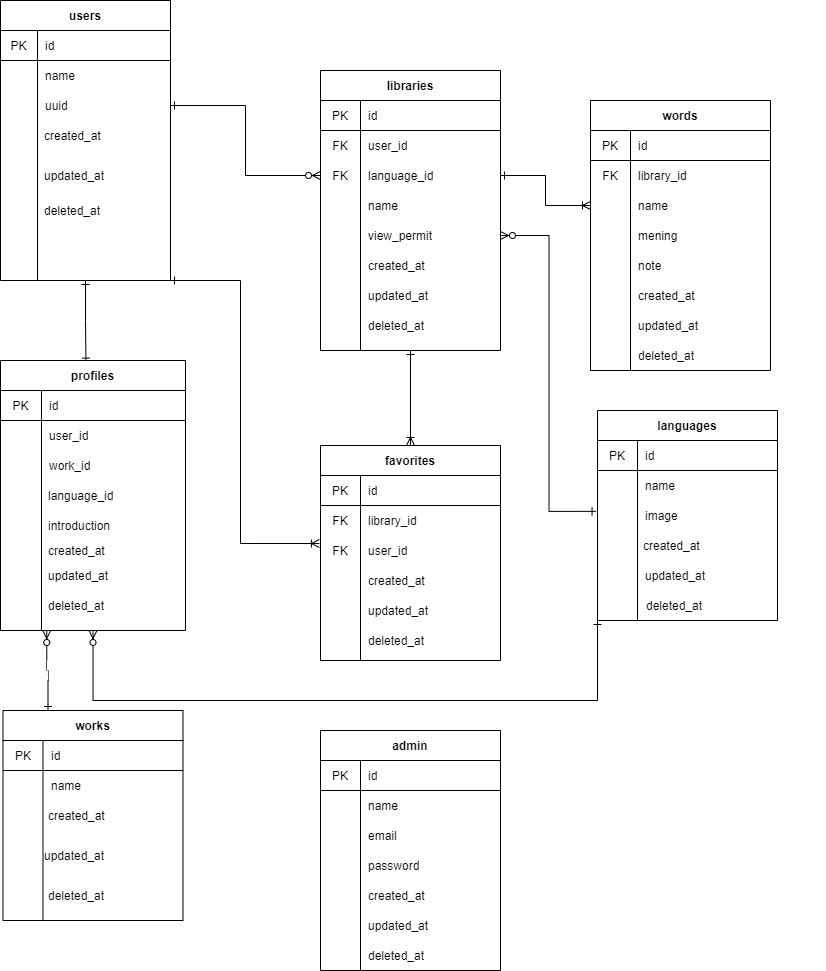
The draw.io diagram Database/Database.drawio.png in axxxhiratani/MyLibrary, before a commit. Source tidied: cells renumbered, new cells last; positions are measured from the earlier drawing's top-left corner, leaving out a move shared by most shapes.
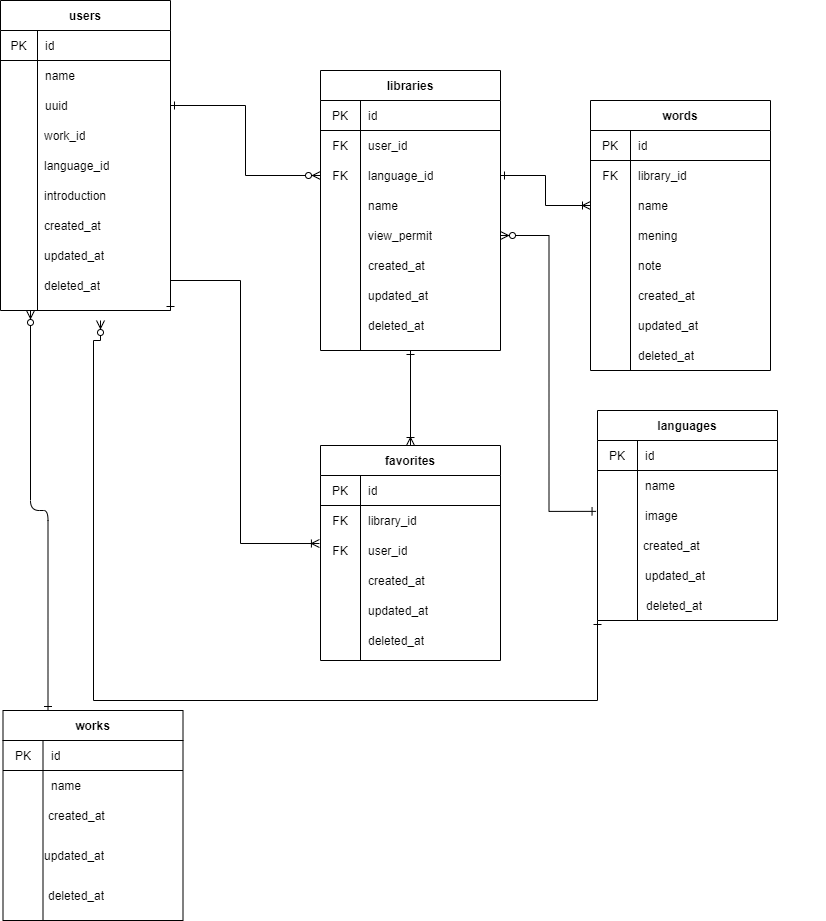
Later version of the same file.

What changed in the source:
```diff
@@ -2,9 +2,6 @@
   <root>
     <mxCell id="0" />
     <mxCell id="1" parent="0" />
-    <mxCell id="2" style="edgeStyle=orthogonalEdgeStyle;rounded=0;jettySize=auto;html=1;exitX=0.5;exitY=1;exitDx=0;exitDy=0;entryX=0.462;entryY=0.006;entryDx=0;entryDy=0;entryPerimeter=0;startArrow=ERone;startFill=0;endArrow=ERone;endFill=0;" parent="1" edge="1" source="4" target="16">
-      <mxGeometry relative="1" as="geometry" />
-    </mxCell>
     <mxCell id="3" style="edgeStyle=orthogonalEdgeStyle;rounded=0;jettySize=auto;html=1;exitX=1;exitY=1;exitDx=0;exitDy=0;entryX=-0.006;entryY=0.267;entryDx=0;entryDy=0;entryPerimeter=0;endArrow=ERoneToMany;endFill=0;startArrow=ERone;startFill=0;" parent="1" edge="1" source="4" target="53">
       <mxGeometry relative="1" as="geometry">
         <Array as="points">
@@ -14,7 +11,7 @@
       </mxGeometry>
     </mxCell>
     <mxCell id="4" value="users" style="shape=table;startSize=30;rowLines=0;fontStyle=1;align=center;" parent="1" vertex="1">
-      <mxGeometry width="170" height="280" as="geometry" />
+      <mxGeometry width="170" height="310" as="geometry" />
     </mxCell>
     <mxCell id="5" style="shape=partialRectangle;html=1;whiteSpace=wrap;fillColor=none;top=0;left=0;bottom=1;right=0;" parent="4" vertex="1">
       <mxGeometry y="30" width="170" height="30" as="geometry" />
@@ -43,53 +40,22 @@
     <mxCell id="13" value="uuid" style="shape=partialRectangle;html=1;whiteSpace=wrap;fillColor=none;top=0;left=0;bottom=0;right=0;align=left;spacingLeft=6;overflow=hidden;" parent="11" vertex="1">
       <mxGeometry x="37" width="133" height="30" as="geometry" />
     </mxCell>
-    <mxCell id="14" style="edgeStyle=orthogonalEdgeStyle;rounded=0;jettySize=auto;html=1;exitX=0.5;exitY=1;exitDx=0;exitDy=0;entryX=0;entryY=1;entryDx=0;entryDy=0;startArrow=ERzeroToMany;startFill=1;endArrow=ERone;endFill=0;" parent="1" edge="1" source="16" target="56">
+    <mxCell id="14" style="edgeStyle=orthogonalEdgeStyle;rounded=0;jettySize=auto;html=1;entryX=0;entryY=1;entryDx=0;entryDy=0;startArrow=ERzeroToMany;startFill=1;endArrow=ERone;endFill=0;" parent="1" edge="1" target="56">
       <mxGeometry relative="1" as="geometry">
+        <mxPoint x="100" y="320" as="sourcePoint" />
         <Array as="points">
+          <mxPoint x="100" y="340" />
+          <mxPoint x="93" y="340" />
           <mxPoint x="93" y="700" />
           <mxPoint x="597" y="700" />
         </Array>
       </mxGeometry>
     </mxCell>
-    <mxCell id="15" style="edgeStyle=orthogonalEdgeStyle;html=1;exitX=0.25;exitY=1;exitDx=0;exitDy=0;entryX=0.25;entryY=0;entryDx=0;entryDy=0;endArrow=ERone;endFill=0;startArrow=ERzeroToMany;startFill=1;" parent="1" edge="1" source="16" target="112">
-      <mxGeometry relative="1" as="geometry" />
+    <mxCell id="15" style="edgeStyle=orthogonalEdgeStyle;html=1;entryX=0.25;entryY=0;entryDx=0;entryDy=0;endArrow=ERone;endFill=0;startArrow=ERzeroToMany;startFill=1;" parent="1" edge="1" target="112">
+      <mxGeometry relative="1" as="geometry">
+        <mxPoint x="30" y="310" as="sourcePoint" />
+      </mxGeometry>
     </mxCell>
-    <mxCell id="16" value="profiles" style="shape=table;startSize=30;rowLines=0;fontStyle=1;align=center;" parent="1" vertex="1">
-      <mxGeometry y="360" width="185" height="270" as="geometry" />
-    </mxCell>
-    <mxCell id="17" style="shape=partialRectangle;html=1;whiteSpace=wrap;fillColor=none;top=0;left=0;bottom=1;right=0;" parent="16" vertex="1">
-      <mxGeometry y="30" width="185" height="30" as="geometry" />
-    </mxCell>
-    <mxCell id="18" value="PK" style="shape=partialRectangle;html=1;whiteSpace=wrap;fillColor=none;top=0;left=0;bottom=0;right=0;overflow=hidden;" parent="17" vertex="1">
-      <mxGeometry width="41" height="30" as="geometry" />
-    </mxCell>
-    <mxCell id="19" value="id" style="shape=partialRectangle;html=1;whiteSpace=wrap;fillColor=none;top=0;left=0;bottom=0;right=0;align=left;spacingLeft=6;overflow=hidden;" parent="17" vertex="1">
-      <mxGeometry x="41" width="144" height="30" as="geometry" />
-    </mxCell>
-    <mxCell id="20" style="shape=partialRectangle;html=1;whiteSpace=wrap;fillColor=none;top=0;left=0;bottom=0;right=0;" parent="16" vertex="1">
-      <mxGeometry y="60" width="185" height="30" as="geometry" />
-    </mxCell>
-    <mxCell id="21" style="shape=partialRectangle;html=1;whiteSpace=wrap;fillColor=none;top=0;left=0;bottom=0;right=0;overflow=hidden;" parent="20" vertex="1">
-      <mxGeometry width="41" height="30" as="geometry" />
-    </mxCell>
-    <mxCell id="22" value="user_id" style="shape=partialRectangle;html=1;whiteSpace=wrap;fillColor=none;top=0;left=0;bottom=0;right=0;align=left;spacingLeft=6;overflow=hidden;" parent="20" vertex="1">
-      <mxGeometry x="41" width="144" height="30" as="geometry" />
-    </mxCell>
-    <mxCell id="23" style="shape=partialRectangle;html=1;whiteSpace=wrap;fillColor=none;top=0;left=0;bottom=0;right=0;" parent="16" vertex="1">
-      <mxGeometry y="90" width="185" height="30" as="geometry" />
-    </mxCell>
-    <mxCell id="24" style="shape=partialRectangle;html=1;whiteSpace=wrap;fillColor=none;top=0;left=0;bottom=0;right=0;overflow=hidden;" parent="23" vertex="1">
-      <mxGeometry width="41" height="30" as="geometry" />
-    </mxCell>
-    <mxCell id="25" value="work_id" style="shape=partialRectangle;html=1;whiteSpace=wrap;fillColor=none;top=0;left=0;bottom=0;right=0;align=left;spacingLeft=6;overflow=hidden;" parent="23" vertex="1">
-      <mxGeometry x="41" width="144" height="30" as="geometry" />
-    </mxCell>
-    <mxCell id="26" value="language_id" style="shape=partialRectangle;html=1;whiteSpace=wrap;fillColor=none;top=0;left=0;bottom=0;right=0;align=left;spacingLeft=6;overflow=hidden;" parent="1" vertex="1">
-      <mxGeometry x="40" y="480" width="140" height="30" as="geometry" />
-    </mxCell>
-    <mxCell id="27" value="introduction" style="shape=partialRectangle;html=1;whiteSpace=wrap;fillColor=none;top=0;left=0;bottom=0;right=0;align=left;spacingLeft=6;overflow=hidden;" parent="1" vertex="1">
-      <mxGeometry x="40" y="510" width="140" height="30" as="geometry" />
-    </mxCell>
     <mxCell id="28" style="edgeStyle=orthogonalEdgeStyle;rounded=0;jettySize=auto;html=1;exitX=0.5;exitY=1;exitDx=0;exitDy=0;entryX=0.5;entryY=0;entryDx=0;entryDy=0;startArrow=ERone;startFill=0;endArrow=ERoneToMany;endFill=0;" parent="1" edge="1" source="29" target="46">
       <mxGeometry relative="1" as="geometry" />
     </mxCell>
@@ -243,51 +209,15 @@
     <mxCell id="78" style="edgeStyle=orthogonalEdgeStyle;rounded=0;jettySize=auto;html=1;exitX=1;exitY=0.5;exitDx=0;exitDy=0;entryX=0;entryY=0.5;entryDx=0;entryDy=0;startArrow=ERone;startFill=0;endArrow=ERoneToMany;endFill=0;" parent="1" edge="1" source="36" target="73">
       <mxGeometry relative="1" as="geometry" />
     </mxCell>
-    <mxCell id="79" value="admin" style="shape=table;startSize=30;rowLines=0;fontStyle=1;align=center;" parent="1" vertex="1">
-      <mxGeometry x="320" y="730" width="180" height="240" as="geometry" />
-    </mxCell>
-    <mxCell id="80" style="shape=partialRectangle;html=1;whiteSpace=wrap;fillColor=none;top=0;left=0;bottom=1;right=0;" parent="79" vertex="1">
-      <mxGeometry y="30" width="180" height="30" as="geometry" />
-    </mxCell>
-    <mxCell id="81" value="PK" style="shape=partialRectangle;html=1;whiteSpace=wrap;fillColor=none;top=0;left=0;bottom=0;right=0;overflow=hidden;" parent="80" vertex="1">
-      <mxGeometry width="40" height="30" as="geometry" />
-    </mxCell>
-    <mxCell id="82" value="id" style="shape=partialRectangle;html=1;whiteSpace=wrap;fillColor=none;top=0;left=0;bottom=0;right=0;align=left;spacingLeft=6;overflow=hidden;" parent="80" vertex="1">
-      <mxGeometry x="40" width="140" height="30" as="geometry" />
-    </mxCell>
-    <mxCell id="83" style="shape=partialRectangle;html=1;whiteSpace=wrap;fillColor=none;top=0;left=0;bottom=0;right=0;" parent="79" vertex="1">
-      <mxGeometry y="60" width="180" height="30" as="geometry" />
-    </mxCell>
-    <mxCell id="84" style="shape=partialRectangle;html=1;whiteSpace=wrap;fillColor=none;top=0;left=0;bottom=0;right=0;overflow=hidden;" parent="83" vertex="1">
-      <mxGeometry width="40" height="30" as="geometry" />
-    </mxCell>
-    <mxCell id="85" value="name" style="shape=partialRectangle;html=1;whiteSpace=wrap;fillColor=none;top=0;left=0;bottom=0;right=0;align=left;spacingLeft=6;overflow=hidden;" parent="83" vertex="1">
-      <mxGeometry x="40" width="140" height="30" as="geometry" />
-    </mxCell>
-    <mxCell id="86" style="shape=partialRectangle;html=1;whiteSpace=wrap;fillColor=none;top=0;left=0;bottom=0;right=0;" parent="79" vertex="1">
-      <mxGeometry y="90" width="180" height="30" as="geometry" />
-    </mxCell>
-    <mxCell id="87" style="shape=partialRectangle;html=1;whiteSpace=wrap;fillColor=none;top=0;left=0;bottom=0;right=0;overflow=hidden;" parent="86" vertex="1">
-      <mxGeometry width="40" height="30" as="geometry" />
-    </mxCell>
-    <mxCell id="88" value="email" style="shape=partialRectangle;html=1;whiteSpace=wrap;fillColor=none;top=0;left=0;bottom=0;right=0;align=left;spacingLeft=6;overflow=hidden;" parent="86" vertex="1">
-      <mxGeometry x="40" width="140" height="30" as="geometry" />
-    </mxCell>
-    <mxCell id="89" value="password" style="shape=partialRectangle;html=1;whiteSpace=wrap;fillColor=none;top=0;left=0;bottom=0;right=0;align=left;spacingLeft=6;overflow=hidden;" parent="1" vertex="1">
-      <mxGeometry x="360" y="850" width="140" height="30" as="geometry" />
-    </mxCell>
     <mxCell id="90" value="created_at" style="shape=partialRectangle;html=1;whiteSpace=wrap;fillColor=none;top=0;left=0;bottom=0;right=0;align=left;spacingLeft=6;overflow=hidden;" parent="1" vertex="1">
-      <mxGeometry x="36" y="120" width="187" height="30" as="geometry" />
+      <mxGeometry x="36" y="210" width="187" height="30" as="geometry" />
     </mxCell>
     <mxCell id="91" value="updated_at" style="shape=partialRectangle;html=1;whiteSpace=wrap;fillColor=none;top=0;left=0;bottom=0;right=0;align=left;spacingLeft=6;overflow=hidden;" parent="1" vertex="1">
-      <mxGeometry x="36" y="160" width="187" height="30" as="geometry" />
+      <mxGeometry x="36" y="240" width="187" height="30" as="geometry" />
     </mxCell>
     <mxCell id="92" value="deleted_at" style="shape=partialRectangle;html=1;whiteSpace=wrap;fillColor=none;top=0;left=0;bottom=0;right=0;align=left;spacingLeft=6;overflow=hidden;" parent="1" vertex="1">
-      <mxGeometry x="36" y="195" width="187" height="30" as="geometry" />
+      <mxGeometry x="36" y="270" width="187" height="30" as="geometry" />
     </mxCell>
-    <mxCell id="93" value="created_at" style="shape=partialRectangle;html=1;whiteSpace=wrap;fillColor=none;top=0;left=0;bottom=0;right=0;align=left;spacingLeft=6;overflow=hidden;" parent="1" vertex="1">
-      <mxGeometry x="40" y="535" width="187" height="30" as="geometry" />
-    </mxCell>
     <mxCell id="94" value="created_at" style="shape=partialRectangle;html=1;whiteSpace=wrap;fillColor=none;top=0;left=0;bottom=0;right=0;align=left;spacingLeft=6;overflow=hidden;" parent="1" vertex="1">
       <mxGeometry x="360" y="565" width="187" height="30" as="geometry" />
     </mxCell>
@@ -300,12 +230,6 @@
     <mxCell id="97" value="created_at" style="shape=partialRectangle;html=1;whiteSpace=wrap;fillColor=none;top=0;left=0;bottom=0;right=0;align=left;spacingLeft=6;overflow=hidden;" parent="1" vertex="1">
       <mxGeometry x="635" y="530" width="187" height="30" as="geometry" />
     </mxCell>
-    <mxCell id="98" value="created_at" style="shape=partialRectangle;html=1;whiteSpace=wrap;fillColor=none;top=0;left=0;bottom=0;right=0;align=left;spacingLeft=6;overflow=hidden;" parent="1" vertex="1">
-      <mxGeometry x="360" y="880" width="187" height="30" as="geometry" />
-    </mxCell>
-    <mxCell id="99" value="updated_at" style="shape=partialRectangle;html=1;whiteSpace=wrap;fillColor=none;top=0;left=0;bottom=0;right=0;align=left;spacingLeft=6;overflow=hidden;" parent="1" vertex="1">
-      <mxGeometry x="40" y="560" width="187" height="30" as="geometry" />
-    </mxCell>
     <mxCell id="100" value="updated_at" style="shape=partialRectangle;html=1;whiteSpace=wrap;fillColor=none;top=0;left=0;bottom=0;right=0;align=left;spacingLeft=6;overflow=hidden;" parent="1" vertex="1">
       <mxGeometry x="360" y="280" width="187" height="30" as="geometry" />
     </mxCell>
@@ -318,12 +242,6 @@
     <mxCell id="103" value="updated_at" style="shape=partialRectangle;html=1;whiteSpace=wrap;fillColor=none;top=0;left=0;bottom=0;right=0;align=left;spacingLeft=6;overflow=hidden;" parent="1" vertex="1">
       <mxGeometry x="637" y="560" width="187" height="30" as="geometry" />
     </mxCell>
-    <mxCell id="104" value="updated_at" style="shape=partialRectangle;html=1;whiteSpace=wrap;fillColor=none;top=0;left=0;bottom=0;right=0;align=left;spacingLeft=6;overflow=hidden;" parent="1" vertex="1">
-      <mxGeometry x="360" y="910" width="187" height="30" as="geometry" />
-    </mxCell>
-    <mxCell id="105" value="deleted_at" style="shape=partialRectangle;html=1;whiteSpace=wrap;fillColor=none;top=0;left=0;bottom=0;right=0;align=left;spacingLeft=6;overflow=hidden;" parent="1" vertex="1">
-      <mxGeometry x="40" y="590" width="187" height="30" as="geometry" />
-    </mxCell>
     <mxCell id="106" value="deleted_at" style="shape=partialRectangle;html=1;whiteSpace=wrap;fillColor=none;top=0;left=0;bottom=0;right=0;align=left;spacingLeft=6;overflow=hidden;" parent="1" vertex="1">
       <mxGeometry x="360" y="310" width="187" height="30" as="geometry" />
     </mxCell>
@@ -336,9 +254,6 @@
     <mxCell id="109" value="deleted_at" style="shape=partialRectangle;html=1;whiteSpace=wrap;fillColor=none;top=0;left=0;bottom=0;right=0;align=left;spacingLeft=6;overflow=hidden;" parent="1" vertex="1">
       <mxGeometry x="638" y="590" width="187" height="30" as="geometry" />
     </mxCell>
-    <mxCell id="110" value="deleted_at" style="shape=partialRectangle;html=1;whiteSpace=wrap;fillColor=none;top=0;left=0;bottom=0;right=0;align=left;spacingLeft=6;overflow=hidden;" parent="1" vertex="1">
-      <mxGeometry x="360" y="940" width="187" height="30" as="geometry" />
-    </mxCell>
     <mxCell id="111" value="note" style="shape=partialRectangle;html=1;whiteSpace=wrap;fillColor=none;top=0;left=0;bottom=0;right=0;align=left;spacingLeft=6;overflow=hidden;" parent="1" vertex="1">
       <mxGeometry x="630" y="250" width="140" height="30" as="geometry" />
     </mxCell>
@@ -381,5 +296,14 @@
     <mxCell id="124" value="deleted_at" style="shape=partialRectangle;html=1;whiteSpace=wrap;fillColor=none;top=0;left=0;bottom=0;right=0;align=left;spacingLeft=6;overflow=hidden;" parent="1" vertex="1">
       <mxGeometry x="40" y="880" width="187" height="30" as="geometry" />
     </mxCell>
+    <mxCell id="25" value="work_id" style="shape=partialRectangle;html=1;whiteSpace=wrap;fillColor=none;top=0;left=0;bottom=0;right=0;align=left;spacingLeft=6;overflow=hidden;" parent="1" vertex="1">
+      <mxGeometry x="36" y="120" width="144" height="30" as="geometry" />
+    </mxCell>
+    <mxCell id="26" value="language_id" style="shape=partialRectangle;html=1;whiteSpace=wrap;fillColor=none;top=0;left=0;bottom=0;right=0;align=left;spacingLeft=6;overflow=hidden;" parent="1" vertex="1">
+      <mxGeometry x="36" y="150" width="140" height="30" as="geometry" />
+    </mxCell>
+    <mxCell id="27" value="introduction" style="shape=partialRectangle;html=1;whiteSpace=wrap;fillColor=none;top=0;left=0;bottom=0;right=0;align=left;spacingLeft=6;overflow=hidden;" parent="1" vertex="1">
+      <mxGeometry x="36" y="180" width="140" height="30" as="geometry" />
+    </mxCell>
   </root>
 </mxGraphModel>
```
